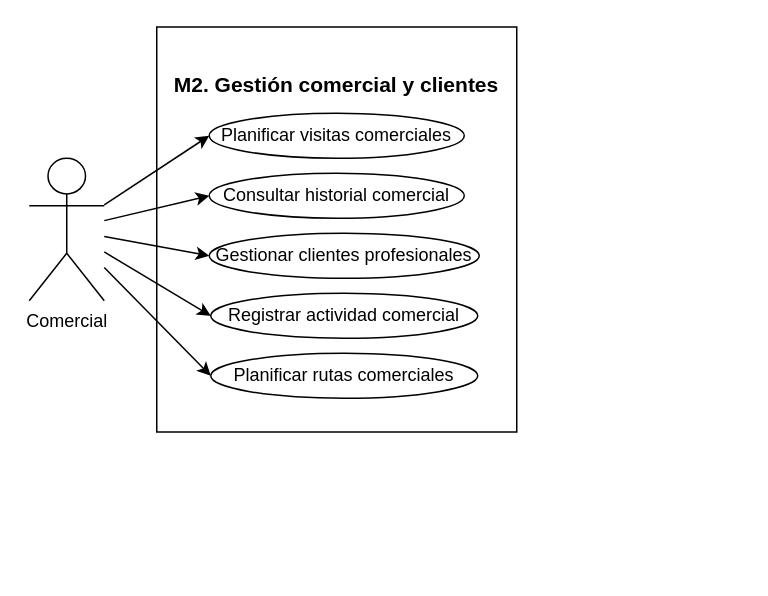
Before: docs/docs/figures/UML/CasosDeUso/M2_CasosDeUso.drawio in MadaoSurmanito/app-tfg, a draw.io diagram. Source tidied: cells renumbered, new cells numbered last; positions are measured from the earlier drawing's top-left corner, leaving out a move shared by most shapes. Both pictures are drawn from the tidied source at 150%, with x=0, y=0 at pixel (28, 26).
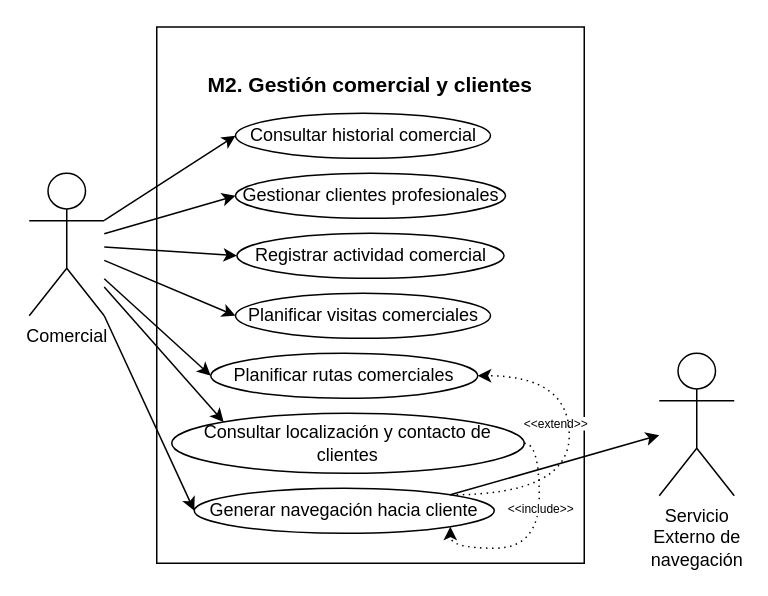
Above is the later version.

Unchanged cells that the change refers to:
```xml
<mxCell id="13" value="Planificar rutas comerciales" style="ellipse;whiteSpace=wrap;html=1;" parent="1" vertex="1">
  <mxGeometry x="121" y="218" width="178" height="30" as="geometry" />
</mxCell>
```

Change to the diagram source:
```diff
@@
     <mxCell id="2" value="&lt;h1&gt;&lt;font style=&quot;font-size: 14px;&quot;&gt;M2. Gestión comercial y clientes&lt;/font&gt;&lt;/h1&gt;" style="rounded=0;whiteSpace=wrap;html=1;verticalAlign=top;spacing=0;labelPosition=center;verticalLabelPosition=middle;align=center;" parent="1" vertex="1">
-      <mxGeometry x="85" y="0.5" width="240" height="270" as="geometry" />
+      <mxGeometry x="85" y="0.5" width="285" height="357.5" as="geometry" />
     </mxCell>
@@
     <mxCell id="8" value="Comercial" style="shape=umlActor;verticalLabelPosition=bottom;verticalAlign=top;html=1;outlineConnect=0;" parent="1" vertex="1">
-      <mxGeometry y="88" width="50" height="95" as="geometry" />
+      <mxGeometry y="98" width="50" height="95" as="geometry" />
     </mxCell>
     <mxCell id="9" value="Planificar visitas comerciales" style="ellipse;whiteSpace=wrap;html=1;" parent="1" vertex="1">
-      <mxGeometry x="120" y="58" width="170" height="30" as="geometry" />
+      <mxGeometry x="137.5" y="178" width="170" height="30" as="geometry" />
     </mxCell>
     <mxCell id="10" value="Consultar historial comercial" style="ellipse;whiteSpace=wrap;html=1;" parent="1" vertex="1">
-      <mxGeometry x="120" y="98" width="170" height="30" as="geometry" />
+      <mxGeometry x="137.5" y="58" width="170" height="30" as="geometry" />
     </mxCell>
     <mxCell id="11" value="Gestionar clientes profesionales" style="ellipse;whiteSpace=wrap;html=1;" parent="1" vertex="1">
-      <mxGeometry x="120" y="138" width="180" height="30" as="geometry" />
+      <mxGeometry x="137.5" y="98" width="180" height="30" as="geometry" />
     </mxCell>
     <mxCell id="12" value="Registrar actividad comercial" style="ellipse;whiteSpace=wrap;html=1;" parent="1" vertex="1">
-      <mxGeometry x="121" y="178" width="178" height="30" as="geometry" />
+      <mxGeometry x="138.5" y="138" width="178" height="30" as="geometry" />
     </mxCell>
@@
+    <mxCell id="14" value="Servicio&lt;br&gt;Externo de&lt;br&gt;navegación" style="shape=umlActor;verticalLabelPosition=bottom;verticalAlign=top;html=1;outlineConnect=0;" parent="1" vertex="1">
+      <mxGeometry x="420" y="218" width="50" height="95" as="geometry" />
+    </mxCell>
+    <mxCell id="15" value="Consultar localización y contacto de clientes" style="ellipse;whiteSpace=wrap;html=1;" parent="1" vertex="1">
+      <mxGeometry x="95" y="258" width="235" height="40" as="geometry" />
+    </mxCell>
+    <mxCell id="16" value="Generar navegación hacia cliente" style="ellipse;whiteSpace=wrap;html=1;" parent="1" vertex="1">
+      <mxGeometry x="110" y="308" width="200" height="30" as="geometry" />
+    </mxCell>
+    <mxCell id="17" style="edgeStyle=none;html=1;entryX=0;entryY=0;entryDx=0;entryDy=0;" parent="1" edge="1" source="8" target="15">
+      <mxGeometry relative="1" as="geometry" />
+    </mxCell>
+    <mxCell id="18" style="edgeStyle=none;html=1;entryX=0;entryY=0.5;entryDx=0;entryDy=0;exitX=1;exitY=1;exitDx=0;exitDy=0;exitPerimeter=0;" parent="1" edge="1" source="8" target="16">
+      <mxGeometry relative="1" as="geometry" />
+    </mxCell>
+    <mxCell id="19" style="edgeStyle=none;html=1;exitX=1;exitY=0;exitDx=0;exitDy=0;" parent="1" edge="1" source="16" target="14">
+      <mxGeometry relative="1" as="geometry" />
+    </mxCell>
+    <mxCell id="20" style="endArrow=classic;dashed=1;html=1;dashPattern=1 3;strokeWidth=1;rounded=0;exitX=1;exitY=0.5;exitDx=0;exitDy=0;endFill=1;startSize=4;endSize=6;edgeStyle=orthogonalEdgeStyle;curved=1;entryX=1;entryY=1;entryDx=0;entryDy=0;" parent="1" edge="1" source="15" target="16">
+      <mxGeometry relative="1" as="geometry">
+        <Array as="points">
+          <mxPoint x="340" y="278" />
+          <mxPoint x="340" y="348" />
+          <mxPoint x="281" y="348" />
+        </Array>
+      </mxGeometry>
+    </mxCell>
+    <mxCell id="21" value="&amp;lt;&amp;lt;extend&amp;gt;&amp;gt;" style="edgeLabel;html=1;align=center;verticalAlign=middle;fontSize=8;" parent="20" vertex="1">
+      <mxGeometry x="-0.26" relative="1" as="geometry">
+        <mxPoint x="10" y="-61" as="offset" />
+      </mxGeometry>
+    </mxCell>
+    <mxCell id="22" style="endArrow=classic;dashed=1;html=1;dashPattern=1 3;strokeWidth=1;rounded=0;exitX=1;exitY=0;exitDx=0;exitDy=0;entryX=1;entryY=0.5;entryDx=0;entryDy=0;endFill=1;startSize=4;endSize=6;edgeStyle=orthogonalEdgeStyle;curved=1;" parent="1" edge="1" source="16" target="13">
+      <mxGeometry relative="1" as="geometry">
+        <Array as="points">
+          <mxPoint x="360" y="312" />
+          <mxPoint x="360" y="233" />
+        </Array>
+      </mxGeometry>
+    </mxCell>
+    <mxCell id="23" value="&amp;lt;&amp;lt;include&amp;gt;&amp;gt;" style="edgeLabel;html=1;align=center;verticalAlign=middle;fontSize=8;" parent="22" vertex="1">
+      <mxGeometry x="-0.26" relative="1" as="geometry">
+        <mxPoint x="-20" y="11" as="offset" />
+      </mxGeometry>
+    </mxCell>
```
